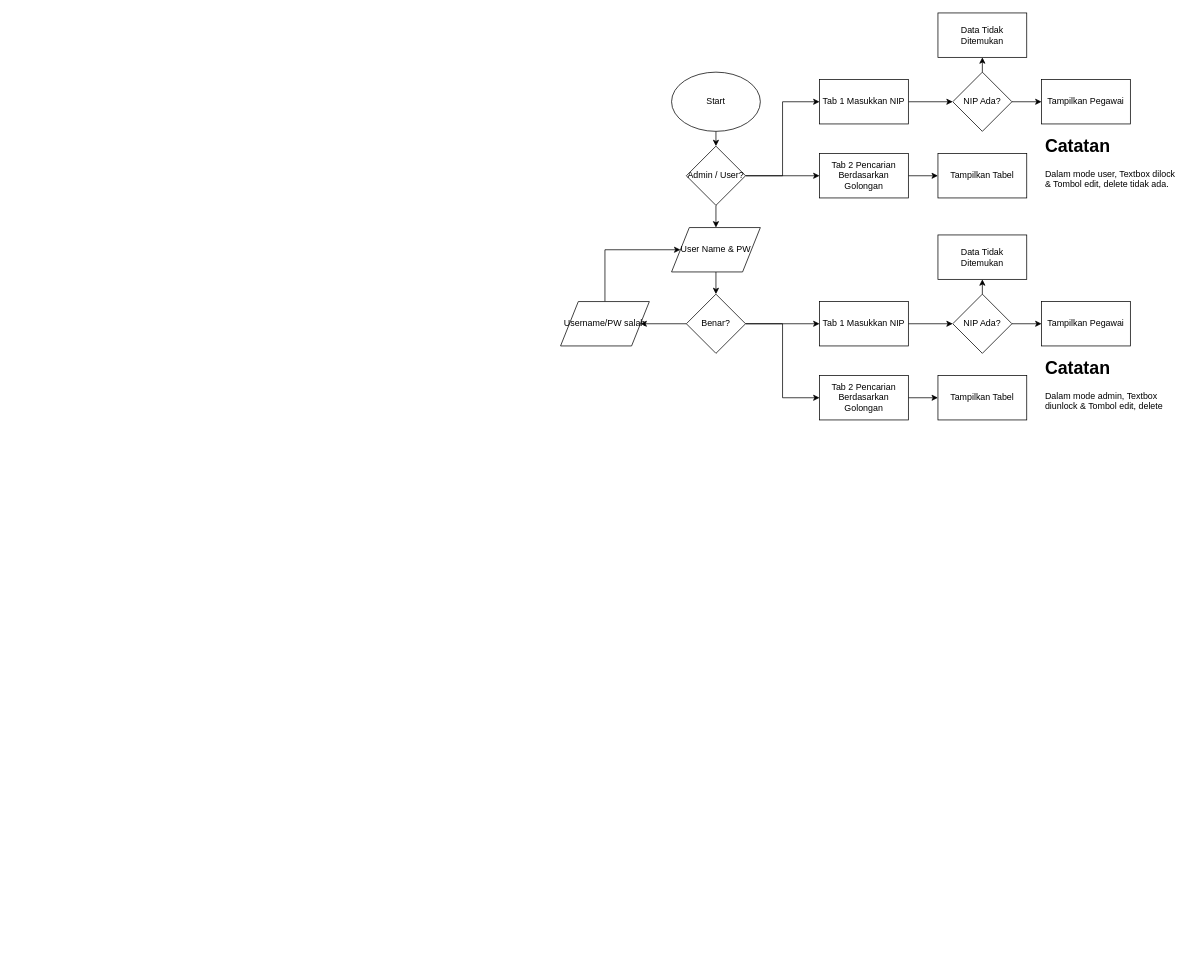
The draw.io diagram DatabaseKepegawaian/DatabaseKepegawaian.drawio in AlbertHM/WahahaSystem, before the edit. Source tidied: cells renumbered, new cells numbered last; positions are measured from the earlier drawing's top-left corner, leaving out a move shared by most shapes. Both pictures are drawn from the tidied source at 74%, with x=0, y=0 at pixel (560, 13).
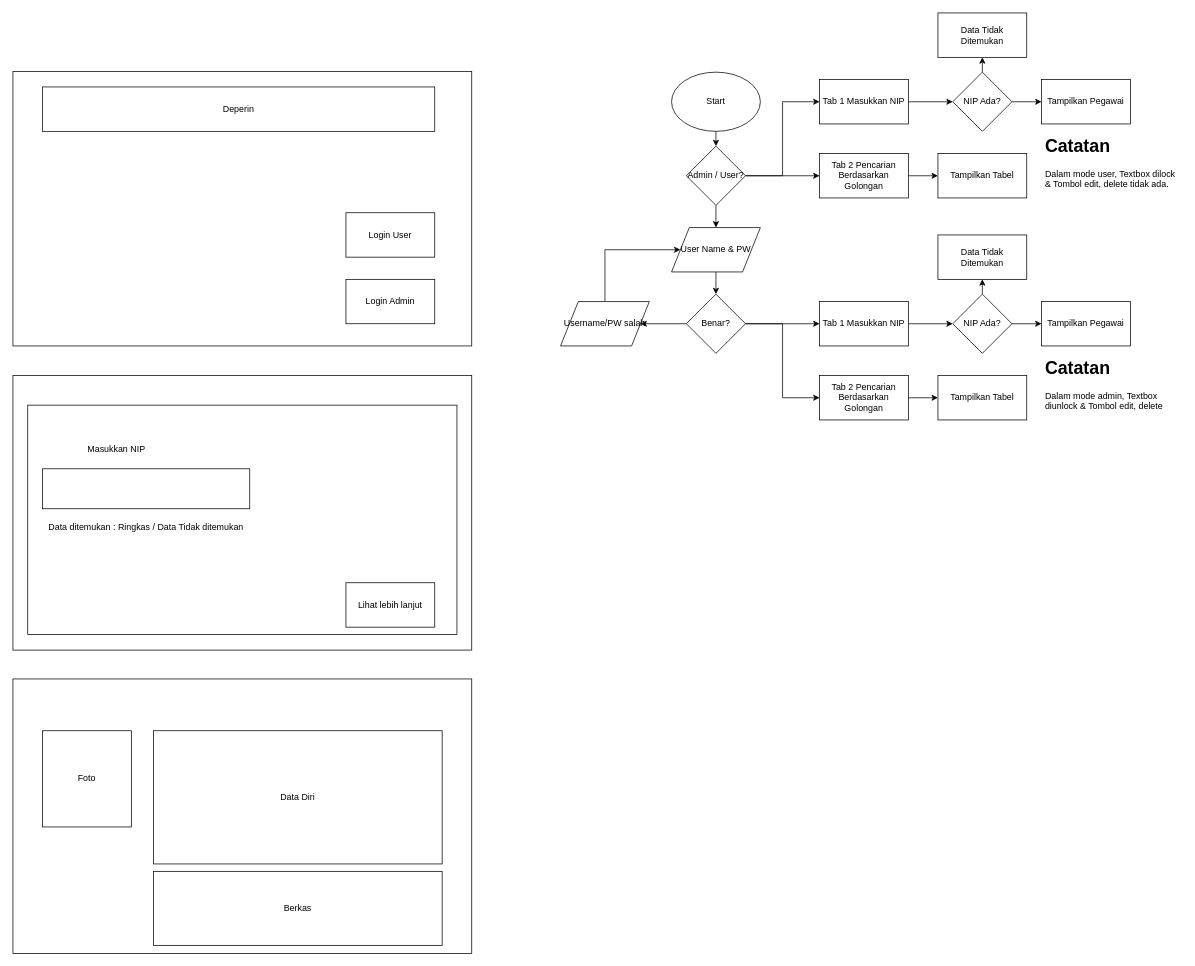
Above is the later version.

Change to the diagram source:
```diff
@@
+    <mxCell id="38" style="rounded=0;whiteSpace=wrap;html=1;" parent="1" vertex="1">
+      <mxGeometry x="-740" y="79" width="620" height="371" as="geometry" />
+    </mxCell>
+    <mxCell id="39" value="Deperin" style="rounded=0;whiteSpace=wrap;html=1;" parent="1" vertex="1">
+      <mxGeometry x="-700" y="100" width="530" height="60" as="geometry" />
+    </mxCell>
+    <mxCell id="40" value="Login User" style="rounded=0;whiteSpace=wrap;html=1;" parent="1" vertex="1">
+      <mxGeometry x="-290" y="270" width="120" height="60" as="geometry" />
+    </mxCell>
+    <mxCell id="41" value="Login Admin" style="rounded=0;whiteSpace=wrap;html=1;" parent="1" vertex="1">
+      <mxGeometry x="-290" y="360" width="120" height="60" as="geometry" />
+    </mxCell>
+    <mxCell id="42" style="rounded=0;whiteSpace=wrap;html=1;" parent="1" vertex="1">
+      <mxGeometry x="-740" y="490" width="620" height="371" as="geometry" />
+    </mxCell>
+    <mxCell id="43" style="rounded=0;whiteSpace=wrap;html=1;" parent="1" vertex="1">
+      <mxGeometry x="-720" y="530" width="580" height="310" as="geometry" />
+    </mxCell>
+    <mxCell id="44" style="rounded=0;whiteSpace=wrap;html=1;" parent="1" vertex="1">
+      <mxGeometry x="-700" y="616" width="280" height="54" as="geometry" />
+    </mxCell>
+    <mxCell id="45" value="Masukkan NIP" style="text;html=1;strokeColor=none;fillColor=none;align=center;verticalAlign=middle;whiteSpace=wrap;rounded=0;" parent="1" vertex="1">
+      <mxGeometry x="-700" y="580" width="200" height="20" as="geometry" />
+    </mxCell>
+    <mxCell id="46" value="Data ditemukan : Ringkas / Data Tidak ditemukan" style="text;html=1;strokeColor=none;fillColor=none;align=center;verticalAlign=middle;whiteSpace=wrap;rounded=0;" parent="1" vertex="1">
+      <mxGeometry x="-700" y="685" width="280" height="20" as="geometry" />
+    </mxCell>
+    <mxCell id="47" value="Lihat lebih lanjut" style="rounded=0;whiteSpace=wrap;html=1;" parent="1" vertex="1">
+      <mxGeometry x="-290" y="770" width="120" height="60" as="geometry" />
+    </mxCell>
+    <mxCell id="48" style="rounded=0;whiteSpace=wrap;html=1;" parent="1" vertex="1">
+      <mxGeometry x="-740" y="900" width="620" height="371" as="geometry" />
+    </mxCell>
+    <mxCell id="49" value="Foto" style="rounded=0;whiteSpace=wrap;html=1;" parent="1" vertex="1">
+      <mxGeometry x="-700" y="970" width="120" height="130" as="geometry" />
+    </mxCell>
+    <mxCell id="50" value="Data Diri" style="rounded=0;whiteSpace=wrap;html=1;" parent="1" vertex="1">
+      <mxGeometry x="-550" y="970" width="390" height="180" as="geometry" />
+    </mxCell>
+    <mxCell id="51" value="Berkas" style="rounded=0;whiteSpace=wrap;html=1;" parent="1" vertex="1">
+      <mxGeometry x="-550" y="1160" width="390" height="100" as="geometry" />
+    </mxCell>
```
